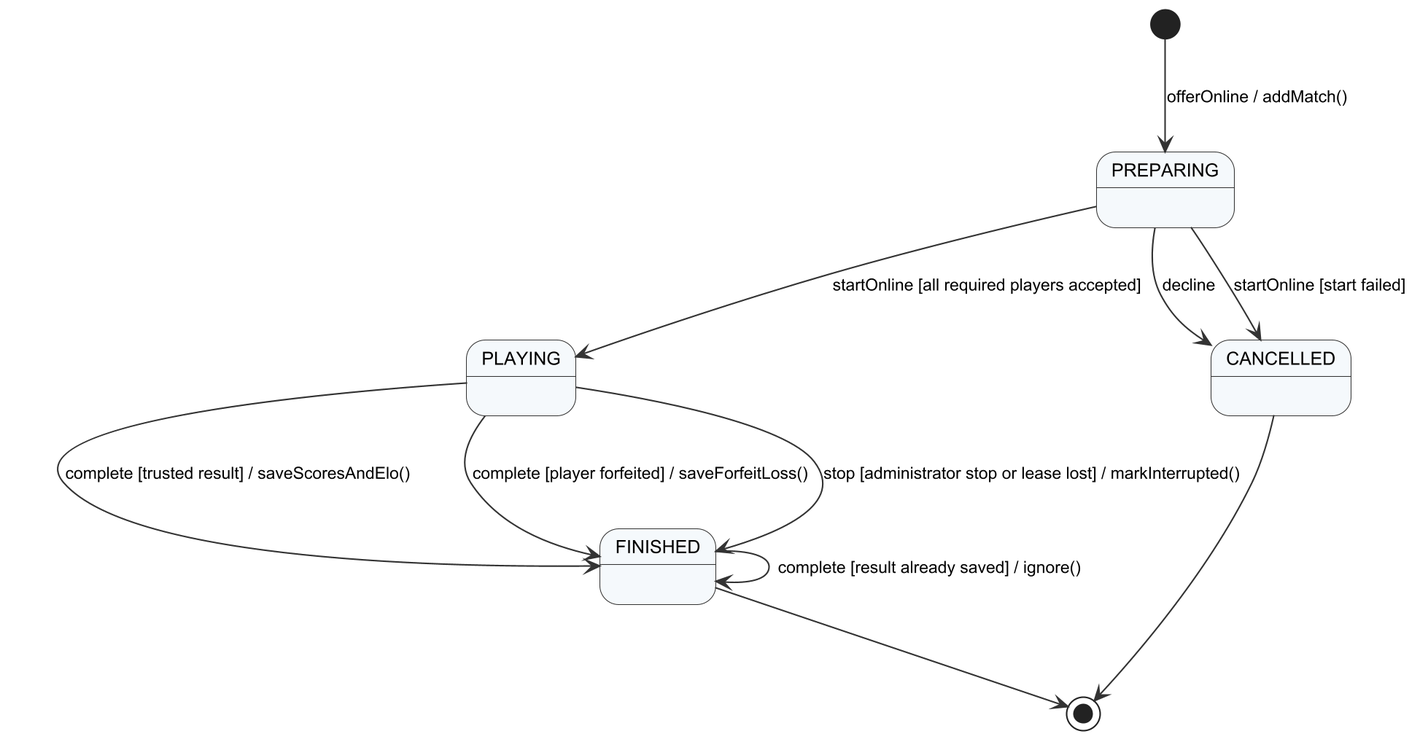
The PlantUML diagram Doc/Project_report/Report/diagrams/png/r4_sm_match.png in Tad-Min/PickleVerse, before a commit.
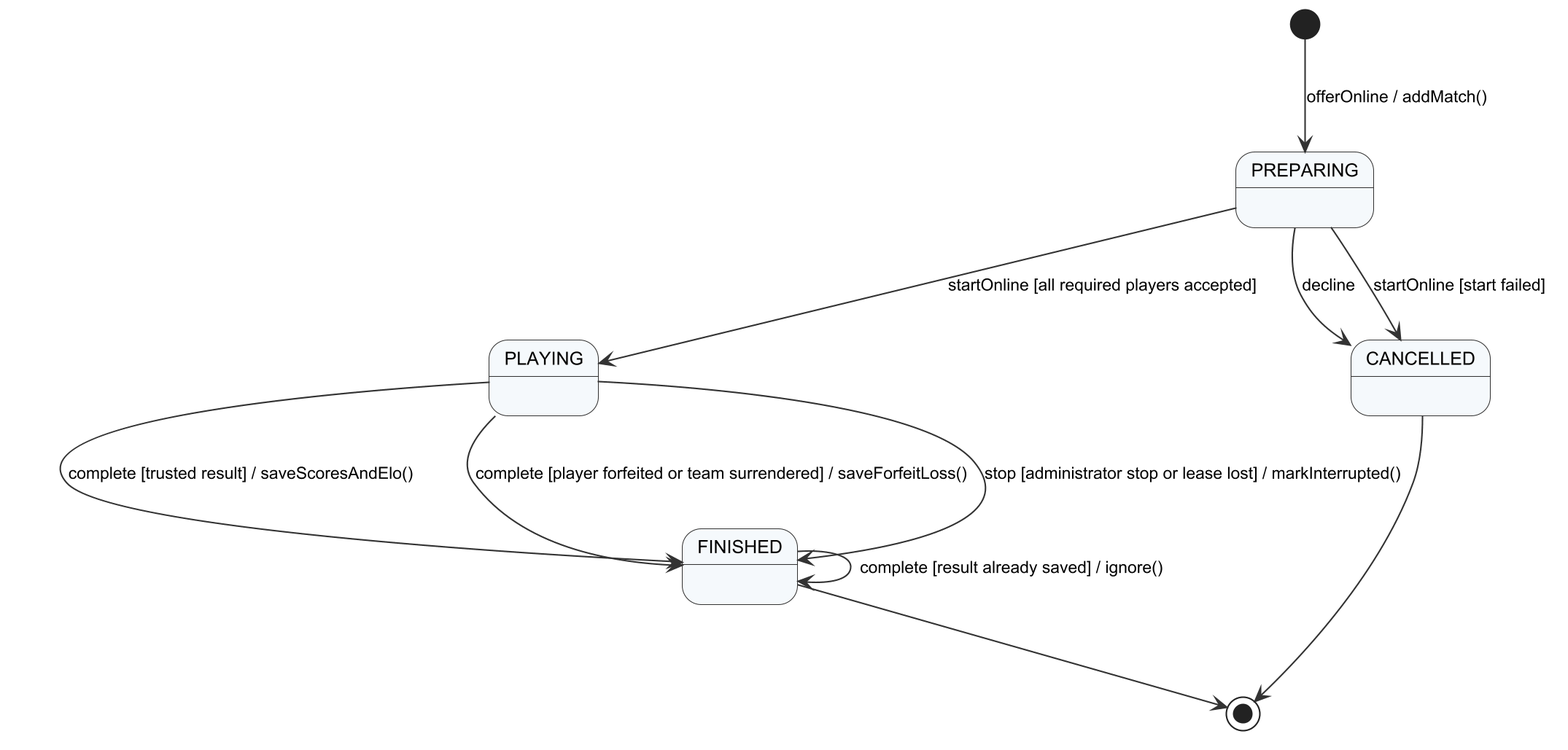
After the commit.

The edit, as a diff of the source:
```diff
@@ -5,7 +5,7 @@
 PREPARING --> CANCELLED : decline
 PREPARING --> CANCELLED : startOnline [start failed]
 PLAYING --> FINISHED : complete [trusted result] / saveScoresAndElo()
-PLAYING --> FINISHED : complete [player forfeited] / saveForfeitLoss()
+PLAYING --> FINISHED : complete [player forfeited or team surrendered] / saveForfeitLoss()
 PLAYING --> FINISHED : stop [administrator stop or lease lost] / markInterrupted()
 FINISHED --> FINISHED : complete [result already saved] / ignore()
 FINISHED --> [*]
```
